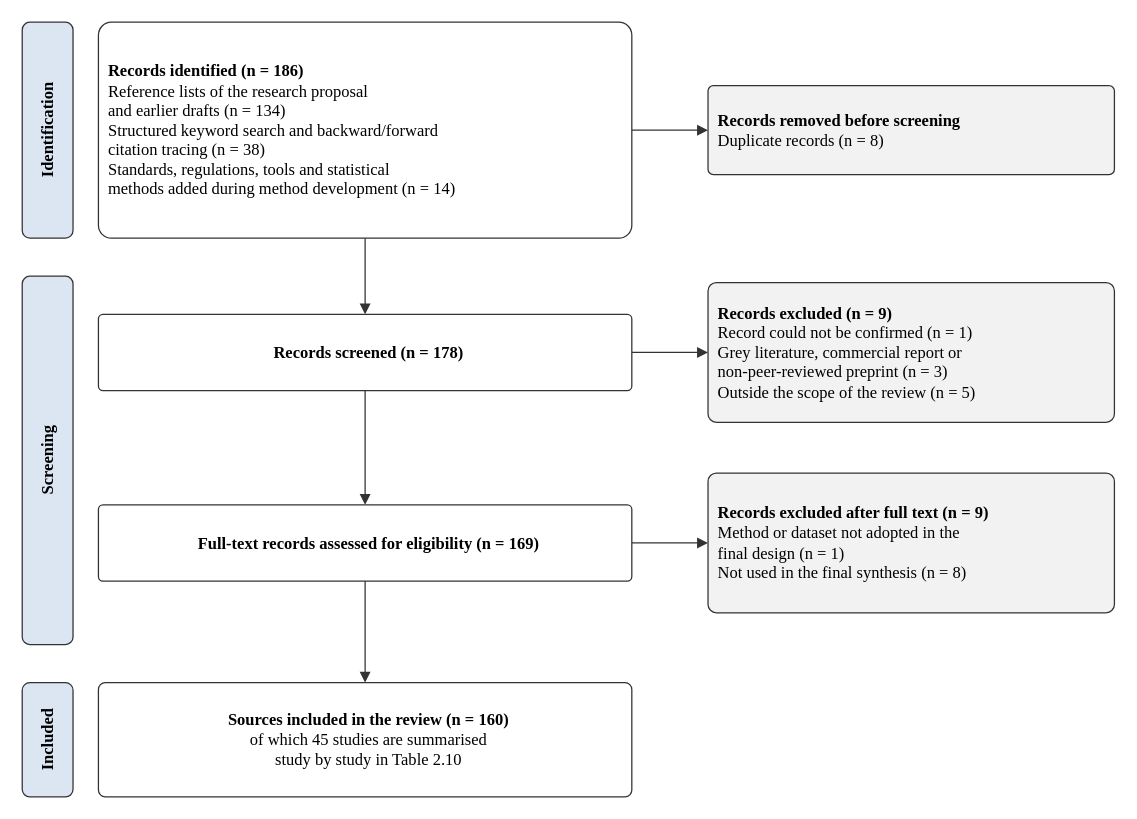
Before: figures/fig2_1_prisma.drawio in RukhDaud/saai-quantum-thesis, a draw.io diagram. Source tidied: cells renumbered, new cells numbered last; positions are measured from the earlier drawing's top-left corner, leaving out a move shared by most shapes. Both pictures are drawn from the tidied source at 127%, with x=0, y=0 at pixel (22, 22).
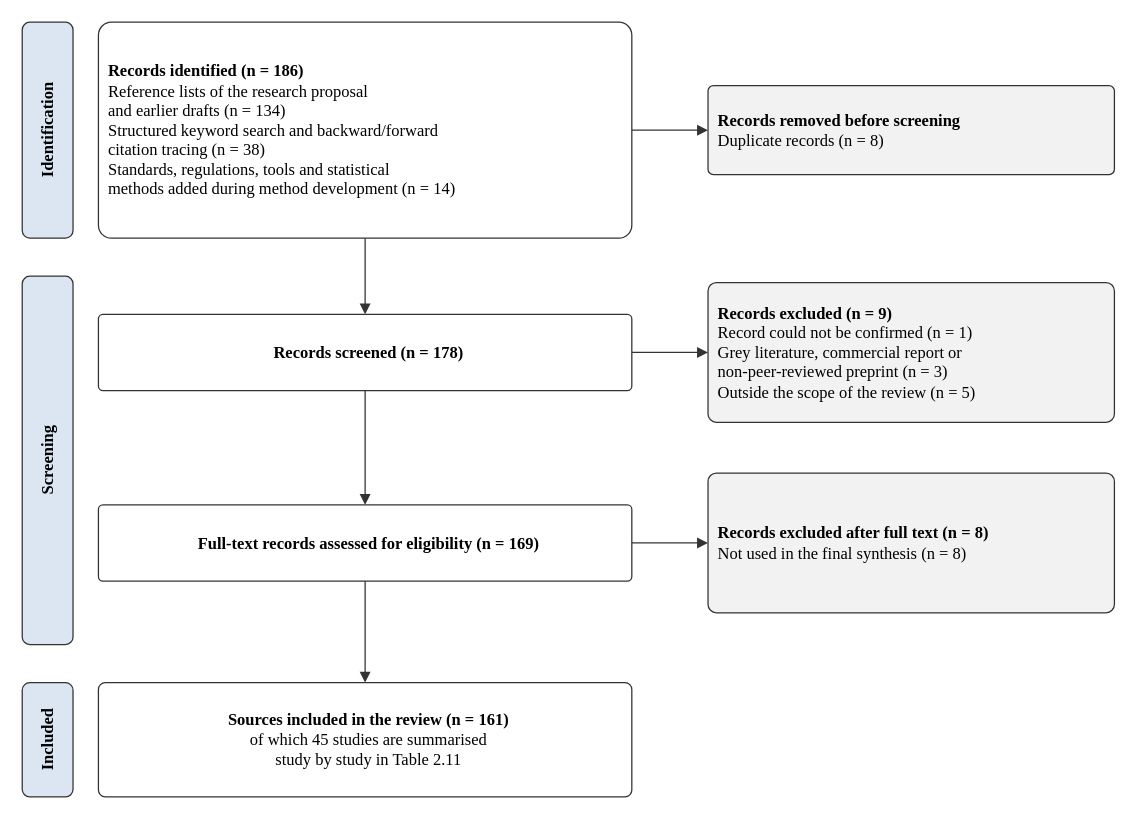
After the change.

Diff of the diagram source:
```diff
@@
 <mxGraphModel>
   <root>
     <mxCell id="0" />
     <mxCell id="1" parent="0" />
     <mxCell id="2" value="&lt;b&gt;Identification&lt;/b&gt;" style="rounded=1;whiteSpace=wrap;html=1;fillColor=#DCE6F2;strokeColor=#333333;fontFamily=Times New Roman;fontSize=13;horizontal=0;" parent="1" vertex="1">
       <mxGeometry width="40" height="170" as="geometry" />
     </mxCell>
     <mxCell id="3" value="&lt;b&gt;Screening&lt;/b&gt;" style="rounded=1;whiteSpace=wrap;html=1;fillColor=#DCE6F2;strokeColor=#333333;fontFamily=Times New Roman;fontSize=13;horizontal=0;" parent="1" vertex="1">
       <mxGeometry y="200" width="40" height="290" as="geometry" />
     </mxCell>
     <mxCell id="4" value="&lt;b&gt;Included&lt;/b&gt;" style="rounded=1;whiteSpace=wrap;html=1;fillColor=#DCE6F2;strokeColor=#333333;fontFamily=Times New Roman;fontSize=13;horizontal=0;" parent="1" vertex="1">
       <mxGeometry y="520" width="40" height="90" as="geometry" />
     </mxCell>
     <mxCell id="5" value="&lt;b&gt;Records identified (n = 186)&lt;/b&gt;&lt;br&gt;Reference lists of the research proposal&lt;br&gt;and earlier drafts (n = 134)&lt;br&gt;Structured keyword search and backward/forward&lt;br&gt;citation tracing (n = 38)&lt;br&gt;Standards, regulations, tools and statistical&lt;br&gt;methods added during method development (n = 14)" style="rounded=1;whiteSpace=wrap;html=1;fillColor=#FFFFFF;strokeColor=#333333;fontFamily=Times New Roman;fontSize=13;align=left;spacingLeft=6;arcSize=6;" parent="1" vertex="1">
       <mxGeometry x="60" width="420" height="170" as="geometry" />
     </mxCell>
     <mxCell id="6" value="&lt;b&gt;Records removed before screening&lt;/b&gt;&lt;br&gt;Duplicate records (n = 8)" style="rounded=1;whiteSpace=wrap;html=1;fillColor=#F2F2F2;strokeColor=#333333;fontFamily=Times New Roman;fontSize=13;align=left;spacingLeft=6;arcSize=6;" parent="1" vertex="1">
       <mxGeometry x="540" y="50" width="320" height="70" as="geometry" />
     </mxCell>
     <mxCell id="7" value="&lt;b&gt;Records screened (n = 178)&lt;/b&gt;" style="rounded=1;whiteSpace=wrap;html=1;fillColor=#FFFFFF;strokeColor=#333333;fontFamily=Times New Roman;fontSize=13;align=center;spacingLeft=6;arcSize=6;" parent="1" vertex="1">
       <mxGeometry x="60" y="230" width="420" height="60" as="geometry" />
     </mxCell>
     <mxCell id="8" value="&lt;b&gt;Records excluded (n = 9)&lt;/b&gt;&lt;br&gt;Record could not be confirmed (n = 1)&lt;br&gt;Grey literature, commercial report or&lt;br&gt;non-peer-reviewed preprint (n = 3)&lt;br&gt;Outside the scope of the review (n = 5)" style="rounded=1;whiteSpace=wrap;html=1;fillColor=#F2F2F2;strokeColor=#333333;fontFamily=Times New Roman;fontSize=13;align=left;spacingLeft=6;arcSize=6;" parent="1" vertex="1">
       <mxGeometry x="540" y="205" width="320" height="110" as="geometry" />
     </mxCell>
     <mxCell id="9" value="&lt;b&gt;Full-text records assessed for eligibility (n = 169)&lt;/b&gt;" style="rounded=1;whiteSpace=wrap;html=1;fillColor=#FFFFFF;strokeColor=#333333;fontFamily=Times New Roman;fontSize=13;align=center;spacingLeft=6;arcSize=6;" parent="1" vertex="1">
       <mxGeometry x="60" y="380" width="420" height="60" as="geometry" />
     </mxCell>
-    <mxCell id="10" value="&lt;b&gt;Records excluded after full text (n = 9)&lt;/b&gt;&lt;br&gt;Method or dataset not adopted in the&lt;br&gt;final design (n = 1)&lt;br&gt;Not used in the final synthesis (n = 8)" style="rounded=1;whiteSpace=wrap;html=1;fillColor=#F2F2F2;strokeColor=#333333;fontFamily=Times New Roman;fontSize=13;align=left;spacingLeft=6;arcSize=6;" parent="1" vertex="1">
+    <mxCell id="10" value="&lt;b&gt;Records excluded after full text (n = 8)&lt;/b&gt;&lt;br&gt;Not used in the final synthesis (n = 8)" style="rounded=1;whiteSpace=wrap;html=1;fillColor=#F2F2F2;strokeColor=#333333;fontFamily=Times New Roman;fontSize=13;align=left;spacingLeft=6;arcSize=6;" parent="1" vertex="1">
       <mxGeometry x="540" y="355" width="320" height="110" as="geometry" />
     </mxCell>
-    <mxCell id="11" value="&lt;b&gt;Sources included in the review (n = 160)&lt;/b&gt;&lt;br&gt;of which 45 studies are summarised&lt;br&gt;study by study in Table 2.10" style="rounded=1;whiteSpace=wrap;html=1;fillColor=#FFFFFF;strokeColor=#333333;fontFamily=Times New Roman;fontSize=13;align=center;spacingLeft=6;arcSize=6;" parent="1" vertex="1">
+    <mxCell id="11" value="&lt;b&gt;Sources included in the review (n = 161)&lt;/b&gt;&lt;br&gt;of which 45 studies are summarised&lt;br&gt;study by study in Table 2.11" style="rounded=1;whiteSpace=wrap;html=1;fillColor=#FFFFFF;strokeColor=#333333;fontFamily=Times New Roman;fontSize=13;align=center;spacingLeft=6;arcSize=6;" parent="1" vertex="1">
       <mxGeometry x="60" y="520" width="420" height="90" as="geometry" />
     </mxCell>
     <mxCell id="12" style="edgeStyle=orthogonalEdgeStyle;rounded=0;html=1;endArrow=block;endFill=1;strokeColor=#333333;exitX=0.5;exitY=1;entryX=0.5;entryY=0;fontFamily=Times New Roman;fontSize=11;fontStyle=2;" parent="1" edge="1" source="5" target="7">
       <mxGeometry relative="1" as="geometry" />
     </mxCell>
     <mxCell id="13" style="edgeStyle=orthogonalEdgeStyle;rounded=0;html=1;endArrow=block;endFill=1;strokeColor=#333333;exitX=1;exitY=0.5;entryX=0;entryY=0.5;fontFamily=Times New Roman;fontSize=11;fontStyle=2;" parent="1" edge="1" source="5" target="6">
       <mxGeometry relative="1" as="geometry" />
     </mxCell>
     <mxCell id="14" style="edgeStyle=orthogonalEdgeStyle;rounded=0;html=1;endArrow=block;endFill=1;strokeColor=#333333;exitX=0.5;exitY=1;entryX=0.5;entryY=0;fontFamily=Times New Roman;fontSize=11;fontStyle=2;" parent="1" edge="1" source="7" target="9">
       <mxGeometry relative="1" as="geometry" />
     </mxCell>
     <mxCell id="15" style="edgeStyle=orthogonalEdgeStyle;rounded=0;html=1;endArrow=block;endFill=1;strokeColor=#333333;exitX=1;exitY=0.5;entryX=0;entryY=0.5;fontFamily=Times New Roman;fontSize=11;fontStyle=2;" parent="1" edge="1" source="7" target="8">
       <mxGeometry relative="1" as="geometry" />
     </mxCell>
     <mxCell id="16" style="edgeStyle=orthogonalEdgeStyle;rounded=0;html=1;endArrow=block;endFill=1;strokeColor=#333333;exitX=0.5;exitY=1;entryX=0.5;entryY=0;fontFamily=Times New Roman;fontSize=11;fontStyle=2;" parent="1" edge="1" source="9" target="11">
       <mxGeometry relative="1" as="geometry" />
     </mxCell>
     <mxCell id="17" style="edgeStyle=orthogonalEdgeStyle;rounded=0;html=1;endArrow=block;endFill=1;strokeColor=#333333;exitX=1;exitY=0.5;entryX=0;entryY=0.5;fontFamily=Times New Roman;fontSize=11;fontStyle=2;" parent="1" edge="1" source="9" target="10">
       <mxGeometry relative="1" as="geometry" />
     </mxCell>
   </root>
 </mxGraphModel>
```
